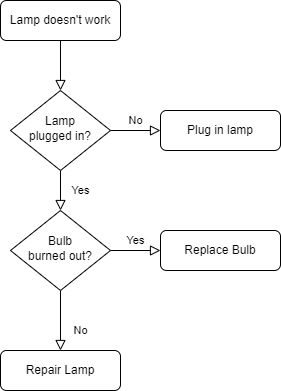
This is CANBusTester.drawio.png from thomasbalzer/CANBusTester, a draw.io export, as it was before one commit. Source tidied: cells renumbered, new cells last; positions are measured from the earlier drawing's top-left corner, leaving out a move shared by most shapes. The source it was exported from:
```xml
<mxGraphModel>
  <root>
    <mxCell id="0" />
    <mxCell id="1" parent="0" />
    <mxCell id="2" style="rounded=0;html=1;jettySize=auto;fontSize=11;endArrow=block;endFill=0;endSize=8;strokeWidth=1;shadow=0;labelBackgroundColor=none;edgeStyle=orthogonalEdgeStyle;" parent="1" edge="1" source="3" target="6">
      <mxGeometry relative="1" as="geometry" />
    </mxCell>
    <mxCell id="3" value="Lamp doesn't work" style="rounded=1;whiteSpace=wrap;html=1;fontSize=12;glass=0;strokeWidth=1;shadow=0;" parent="1" vertex="1">
      <mxGeometry width="120" height="40" as="geometry" />
    </mxCell>
    <mxCell id="4" value="Yes" style="rounded=0;html=1;jettySize=auto;fontSize=11;endArrow=block;endFill=0;endSize=8;strokeWidth=1;shadow=0;labelBackgroundColor=none;edgeStyle=orthogonalEdgeStyle;" parent="1" edge="1" source="6" target="10">
      <mxGeometry y="20" relative="1" as="geometry" />
    </mxCell>
    <mxCell id="5" value="No" style="edgeStyle=orthogonalEdgeStyle;rounded=0;html=1;jettySize=auto;fontSize=11;endArrow=block;endFill=0;endSize=8;strokeWidth=1;shadow=0;labelBackgroundColor=none;" parent="1" edge="1" source="6" target="7">
      <mxGeometry y="10" relative="1" as="geometry" />
    </mxCell>
    <mxCell id="6" value="Lamp&lt;br&gt;plugged in?" style="rhombus;whiteSpace=wrap;html=1;shadow=0;fontFamily=Helvetica;fontSize=12;align=center;strokeWidth=1;spacing=6;spacingTop=-4;" parent="1" vertex="1">
      <mxGeometry x="10" y="90" width="100" height="80" as="geometry" />
    </mxCell>
    <mxCell id="7" value="Plug in lamp" style="rounded=1;whiteSpace=wrap;html=1;fontSize=12;glass=0;strokeWidth=1;shadow=0;" parent="1" vertex="1">
      <mxGeometry x="160" y="110" width="120" height="40" as="geometry" />
    </mxCell>
    <mxCell id="8" value="No" style="rounded=0;html=1;jettySize=auto;fontSize=11;endArrow=block;endFill=0;endSize=8;strokeWidth=1;shadow=0;labelBackgroundColor=none;edgeStyle=orthogonalEdgeStyle;" parent="1" edge="1" source="10" target="11">
      <mxGeometry x="0.33" y="20" relative="1" as="geometry" />
    </mxCell>
    <mxCell id="9" value="Yes" style="edgeStyle=orthogonalEdgeStyle;rounded=0;html=1;jettySize=auto;fontSize=11;endArrow=block;endFill=0;endSize=8;strokeWidth=1;shadow=0;labelBackgroundColor=none;" parent="1" edge="1" source="10" target="12">
      <mxGeometry y="10" relative="1" as="geometry" />
    </mxCell>
    <mxCell id="10" value="Bulb&lt;br&gt;burned out?" style="rhombus;whiteSpace=wrap;html=1;shadow=0;fontFamily=Helvetica;fontSize=12;align=center;strokeWidth=1;spacing=6;spacingTop=-4;" parent="1" vertex="1">
      <mxGeometry x="10" y="210" width="100" height="80" as="geometry" />
    </mxCell>
    <mxCell id="11" value="Repair Lamp" style="rounded=1;whiteSpace=wrap;html=1;fontSize=12;glass=0;strokeWidth=1;shadow=0;" parent="1" vertex="1">
      <mxGeometry y="350" width="120" height="40" as="geometry" />
    </mxCell>
    <mxCell id="12" value="Replace Bulb" style="rounded=1;whiteSpace=wrap;html=1;fontSize=12;glass=0;strokeWidth=1;shadow=0;" parent="1" vertex="1">
      <mxGeometry x="160" y="230" width="120" height="40" as="geometry" />
    </mxCell>
  </root>
</mxGraphModel>
```
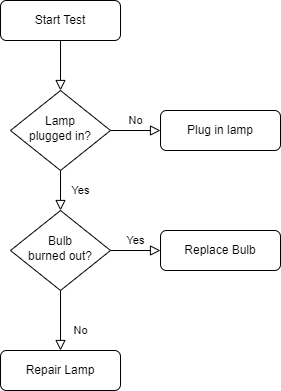
Above is the later version.

Diff of the diagram source:
```diff
@@ -5,7 +5,7 @@
     <mxCell id="2" style="rounded=0;html=1;jettySize=auto;fontSize=11;endArrow=block;endFill=0;endSize=8;strokeWidth=1;shadow=0;labelBackgroundColor=none;edgeStyle=orthogonalEdgeStyle;" parent="1" edge="1" source="3" target="6">
       <mxGeometry relative="1" as="geometry" />
     </mxCell>
-    <mxCell id="3" value="Lamp doesn't work" style="rounded=1;whiteSpace=wrap;html=1;fontSize=12;glass=0;strokeWidth=1;shadow=0;" parent="1" vertex="1">
+    <mxCell id="3" value="Start Test" style="rounded=1;whiteSpace=wrap;html=1;fontSize=12;glass=0;strokeWidth=1;shadow=0;" parent="1" vertex="1">
       <mxGeometry width="120" height="40" as="geometry" />
     </mxCell>
     <mxCell id="4" value="Yes" style="rounded=0;html=1;jettySize=auto;fontSize=11;endArrow=block;endFill=0;endSize=8;strokeWidth=1;shadow=0;labelBackgroundColor=none;edgeStyle=orthogonalEdgeStyle;" parent="1" edge="1" source="6" target="10">
```
